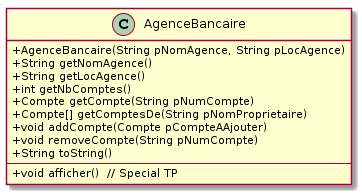
The PlantUML diagram POO/images/plantuml/classeAgenceBancaireInterface.png in IUT-Blagnac/POO, before a commit.
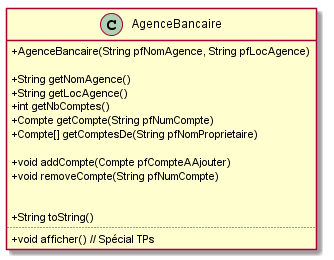
After the commit.

The edit, as a diff of the source:
```diff
@@ -2,19 +2,21 @@
 skinparam classAttributeIconSize 0
 
 class AgenceBancaire {
-	+ AgenceBancaire(String pNomAgence, String pLocAgence)
+	+ AgenceBancaire(String pfNomAgence, String pfLocAgence)
 
 	+ String getNomAgence()
 	+ String getLocAgence()
 	+ int getNbComptes()
-	+ Compte getCompte(String pNumCompte)
-	+ Compte[] getComptesDe(String pNomProprietaire)
+	+ Compte getCompte(String pfNumCompte)
+	+ Compte[] getComptesDe(String pfNomProprietaire)
 
-	+ void addCompte(Compte pCompteAAjouter)
-	+ void removeCompte(String pNumCompte)
+	+ void addCompte(Compte pfCompteAAjouter)
+	+ void removeCompte(String pfNumCompte)
+
 
 	+ String toString()
-	---
-	+ void afficher()  // Special TP
+....
+        + void afficher() // Spécial TPs
 }
+
 @enduml
```
